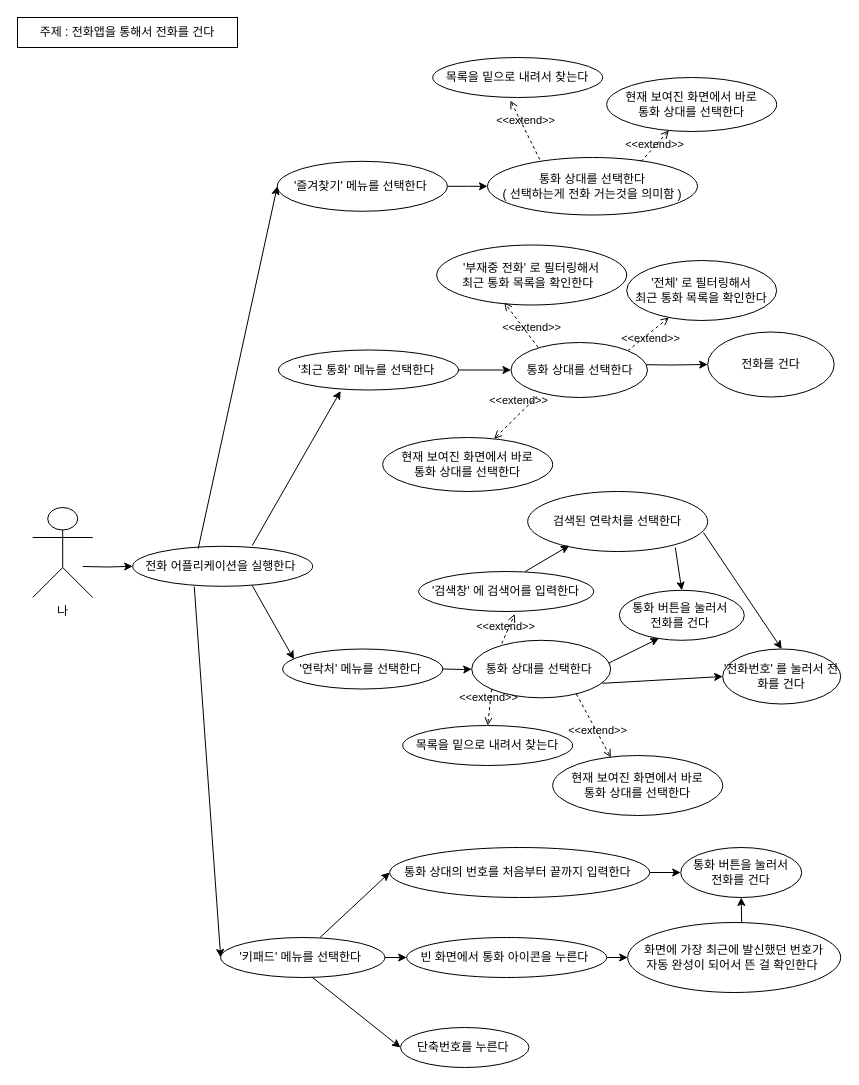
Earlier version of the draw.io diagram usecase_diagram/0821.drawio (Jin-bright/diagram_study). Source tidied: cells renumbered, new cells numbered last; positions are measured from the earlier drawing's top-left corner, leaving out a move shared by most shapes. Both pictures are drawn from the tidied source at 100%, with x=0, y=0 at pixel (17, 17).
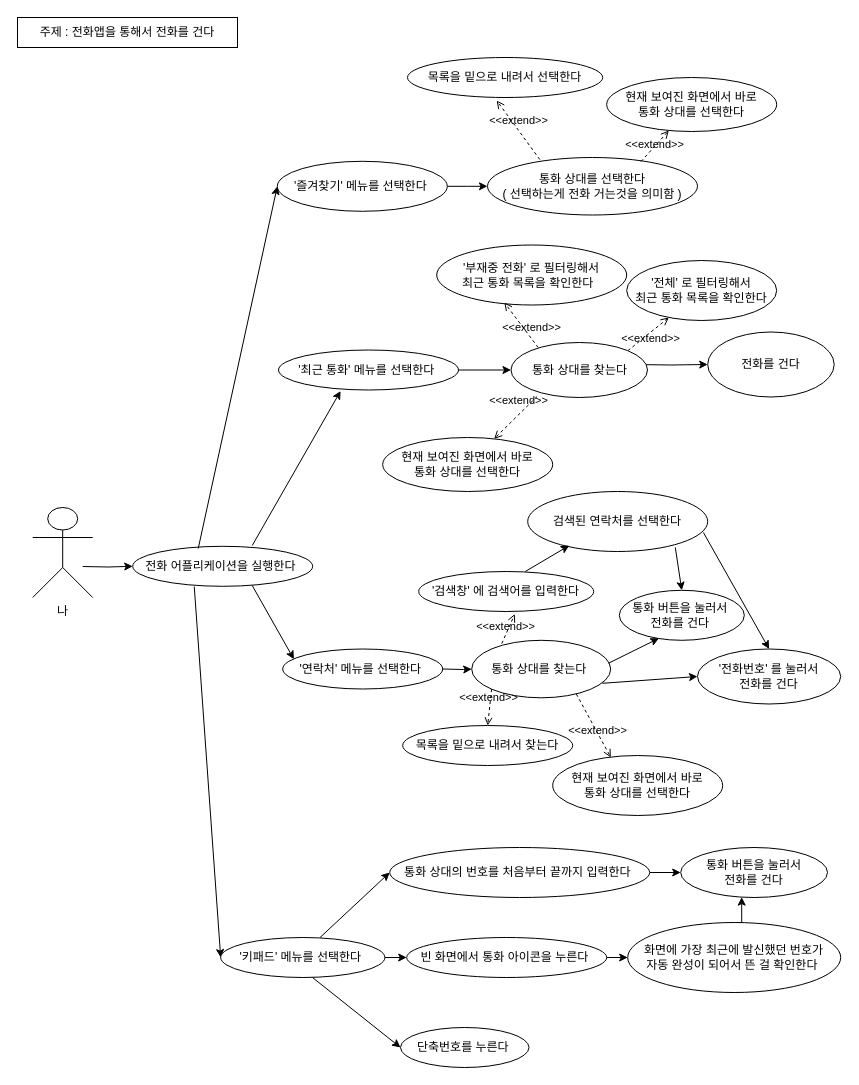
Above is the later version.

What changed in the source:
```diff
@@
     <mxCell id="20" value="통화 버튼을 눌러서 &lt;br&gt;전화를 건다" style="ellipse;whiteSpace=wrap;html=1;" parent="1" vertex="1">
-      <mxGeometry x="663.2" y="830" width="121" height="50" as="geometry" />
+      <mxGeometry x="663.2" y="830" width="146.8" height="50" as="geometry" />
     </mxCell>
@@
-    <mxCell id="36" value="통화 상대를 선택한다&amp;nbsp;" style="ellipse;whiteSpace=wrap;html=1;" parent="1" vertex="1">
+    <mxCell id="36" value="통화 상대를 찾는다&amp;nbsp;" style="ellipse;whiteSpace=wrap;html=1;" parent="1" vertex="1">
       <mxGeometry x="454.2" y="622.8" width="139" height="57.5" as="geometry" />
     </mxCell>
-    <mxCell id="37" value="'전화번호' 를 눌러서 전화를 건다" style="ellipse;whiteSpace=wrap;html=1;" parent="1" vertex="1">
-      <mxGeometry x="705.2" y="631.5" width="118" height="55" as="geometry" />
+    <mxCell id="37" value="'전화번호' 를 눌러서 &lt;br&gt;전화를 건다" style="ellipse;whiteSpace=wrap;html=1;" parent="1" vertex="1">
+      <mxGeometry x="680" y="631.5" width="143.2" height="55" as="geometry" />
     </mxCell>
@@
-    <mxCell id="49" value="목록을 밑으로 내려서 찾는다" style="ellipse;whiteSpace=wrap;html=1;" parent="1" vertex="1">
-      <mxGeometry x="415.2" y="40" width="170" height="40" as="geometry" />
+    <mxCell id="49" value="목록을 밑으로 내려서 선택한다" style="ellipse;whiteSpace=wrap;html=1;" parent="1" vertex="1">
+      <mxGeometry x="390" y="40" width="195.2" height="40" as="geometry" />
     </mxCell>
@@
-    <mxCell id="53" value="통화 상대를 선택한다" style="ellipse;whiteSpace=wrap;html=1;" parent="1" vertex="1">
+    <mxCell id="53" value="통화 상대를 찾는다" style="ellipse;whiteSpace=wrap;html=1;" parent="1" vertex="1">
       <mxGeometry x="493.5" y="325" width="136.5" height="55" as="geometry" />
     </mxCell>
```
